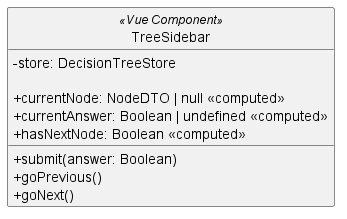
Before: src/PB/DocumentazioneEsterna/Specifica_Tecnica/content/05-diagrammi-classi/uml/png/frontend/TreeSidebar.png, a diagram exported from PlantUML (GroupRubberDuck/Documentazione). Its source is kept beside it as src/PB/DocumentazioneEsterna/Specifica_Tecnica/content/05-diagrammi-classi/uml/puml/Frontend/decision-tree/components/TreeSideBar.puml. Source of this version:
```plantuml
@startuml
skinparam linetype ortho
skinparam nodesep 80
skinparam ranksep 100
skinparam classAttributeIconSize 0
skinparam packageStyle rectangle
skinparam style strictuml

class TreeSideBar{
        -store:DecisionTreeStore
        - currentNode:NodeDTO
        - currentAnswer:Boolean
        - hasNextNode():Boolean
        - hasPrevious():Boolean


        - submit(answer:Boolean)
        - goPrevious()
        - goNext()
        - close()
        - formatResult(state:String):String
}

@enduml
```
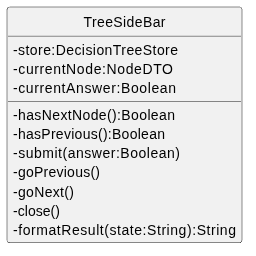
Later version of the same file.

The edit, as a diff of the source:
```diff
@@ -6,19 +6,20 @@
 skinparam packageStyle rectangle
 skinparam style strictuml
 
-class TreeSideBar{
-        -store:DecisionTreeStore
-        - currentNode:NodeDTO
-        - currentAnswer:Boolean
-        - hasNextNode():Boolean
-        - hasPrevious():Boolean
+class TreeSidebar <<component>> {
 
+        -currentNode : NodeDTO
+        - currentAnswer : Boolean
+        - hasPrevious : Boolean
+        -  hasNext : Boolean
+        - requirementsUrl : String
 
-        - submit(answer:Boolean)
-        - goPrevious()
-        - goNext()
-        - close()
-        - formatResult(state:String):String
+  + TreeSidebar(currentNode : NodeDTO, currentAnswer : Boolean, hasPrevious : Boolean, hasNext : Boolean, requirementsUrl : String)
+  - formatResult(state : String) : String
+  + submit(answer : Boolean) <<emit>>
+  + previous() <<emit>>
+  + next() <<emit>>
+  + close() <<emit>>
 }
 
 @enduml
```
